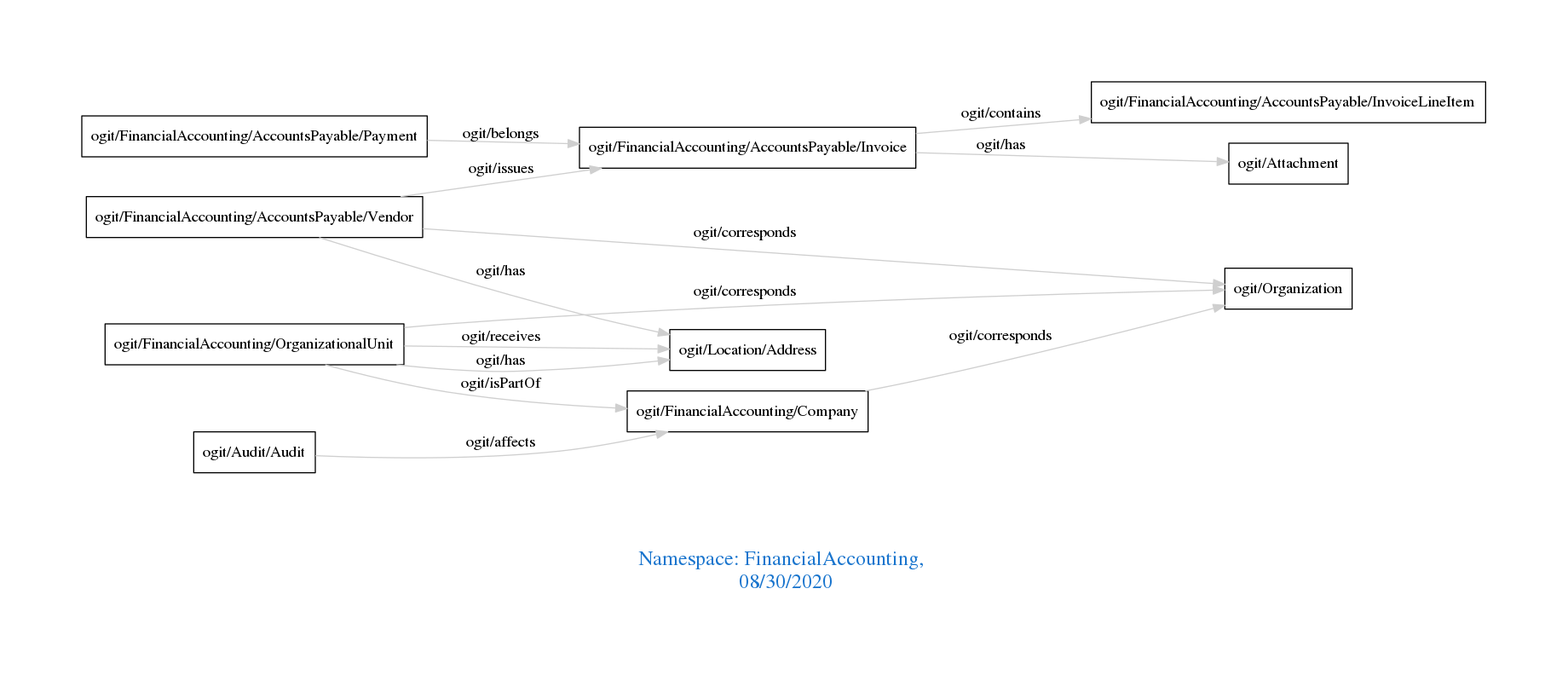
The Graphviz diagram downloads/FinancialAccounting.png in arago/OGIT, before a commit. Its source is kept beside it as downloads/FinancialAccounting.dot.
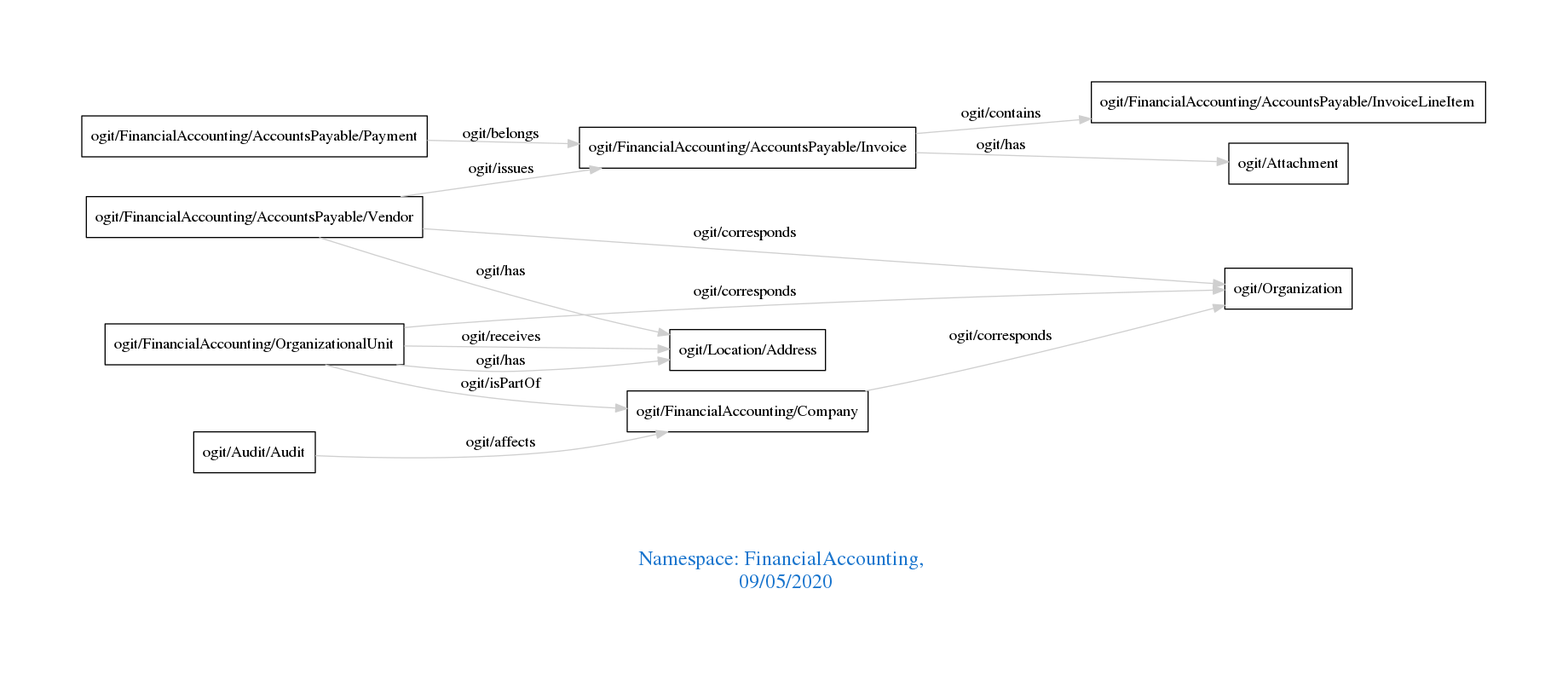
Above is the later version.

Diff of the diagram source:
```diff
@@ -1,7 +1,7 @@
 digraph OGIT_ontology {
  graph [ rankdir= LR,pad=1
 fontsize = 18,
-fontcolor= dodgerblue3,label = "\n\n\nNamespace: FinancialAccounting, \n 08/30/2020"];
+fontcolor= dodgerblue3,label = "\n\n\nNamespace: FinancialAccounting, \n 09/05/2020"];
 node[shape=polygon];
 edge [  color="gray81"];
 
```
